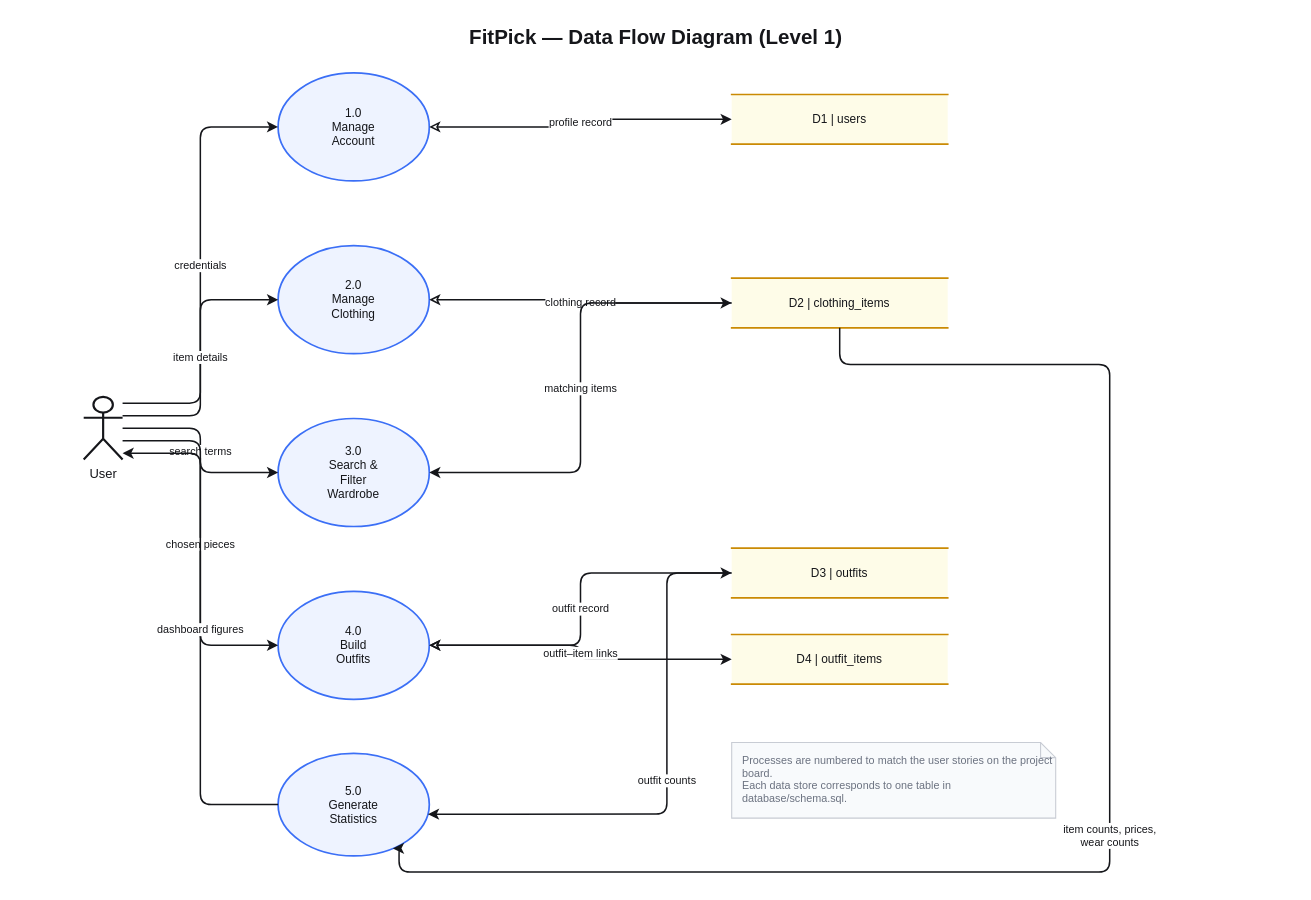
Earlier version of the draw.io diagram docs/design/diagrams/dfd-level-1.drawio (nithi0307/fitpick). Source tidied: cells renumbered, new cells numbered last; positions are measured from the earlier drawing's top-left corner, leaving out a move shared by most shapes. Both pictures are drawn from the tidied source at 108%, with x=0, y=0 at pixel (18, 18).
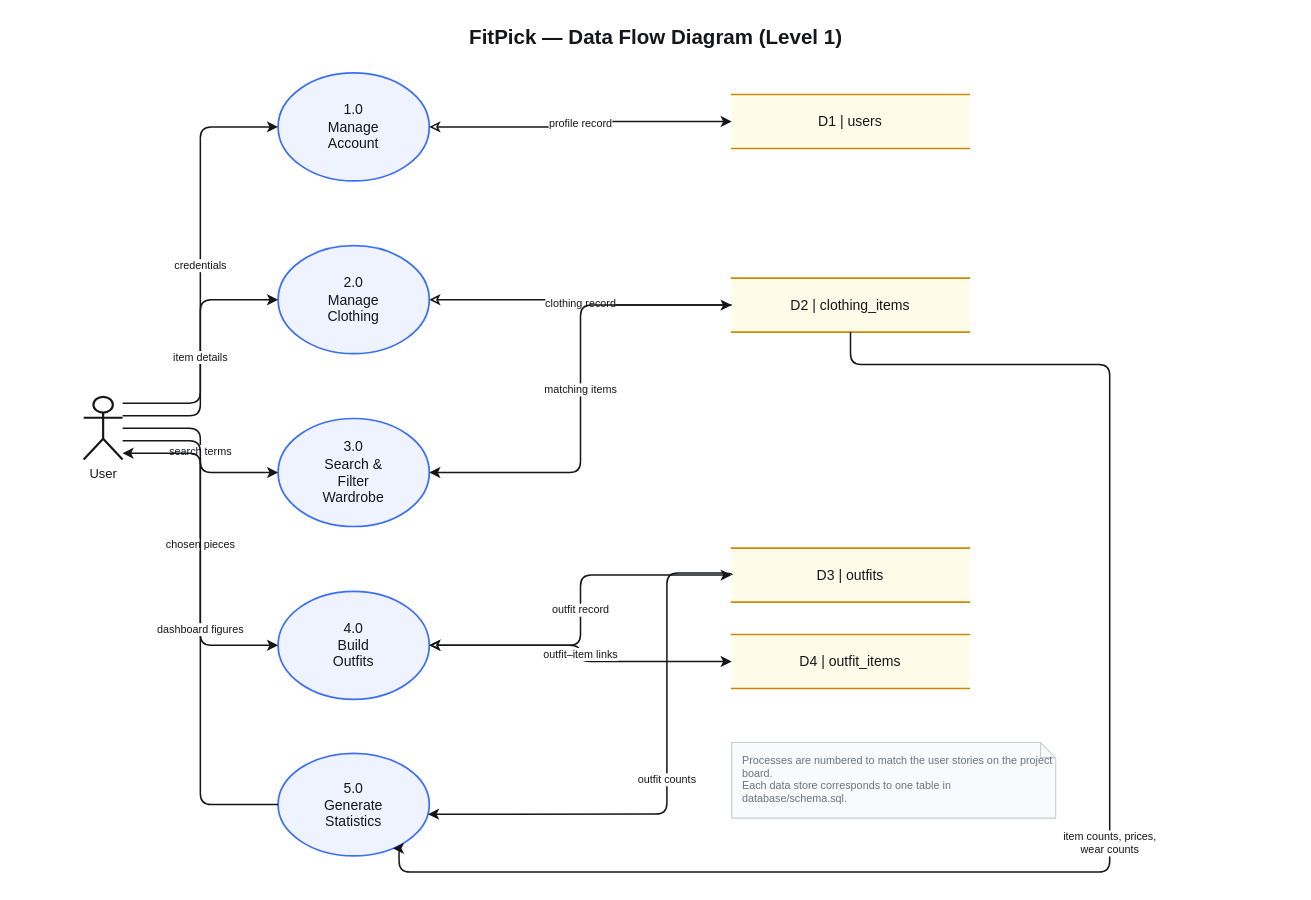
The same diagram, later.

Diff of the diagram source:
```diff
@@
-    <mxCell id="4" value="1.0&#10;Manage&#10;Account" style="ellipse;whiteSpace=wrap;html=1;fillColor=#eef3ff;strokeColor=#3b6ff6;strokeWidth=1.6;fontSize=11;fontColor=#15161a;" parent="1" vertex="1">
+    <mxCell id="4" value="1.0&#10;Manage&#10;Account" style="ellipse;whiteSpace=wrap;html=1;fillColor=#eef3ff;strokeColor=#3b6ff6;strokeWidth=1.6;fontSize=13;fontColor=#15161a;" parent="1" vertex="1">
       <mxGeometry x="240" y="50" width="140" height="100" as="geometry" />
     </mxCell>
-    <mxCell id="5" value="2.0&#10;Manage&#10;Clothing" style="ellipse;whiteSpace=wrap;html=1;fillColor=#eef3ff;strokeColor=#3b6ff6;strokeWidth=1.6;fontSize=11;fontColor=#15161a;" parent="1" vertex="1">
+    <mxCell id="5" value="2.0&#10;Manage&#10;Clothing" style="ellipse;whiteSpace=wrap;html=1;fillColor=#eef3ff;strokeColor=#3b6ff6;strokeWidth=1.6;fontSize=13;fontColor=#15161a;" parent="1" vertex="1">
       <mxGeometry x="240" y="210" width="140" height="100" as="geometry" />
     </mxCell>
-    <mxCell id="6" value="3.0&#10;Search &amp;amp;&#10;Filter&#10;Wardrobe" style="ellipse;whiteSpace=wrap;html=1;fillColor=#eef3ff;strokeColor=#3b6ff6;strokeWidth=1.6;fontSize=11;fontColor=#15161a;" parent="1" vertex="1">
+    <mxCell id="6" value="3.0&#10;Search &amp;amp;&#10;Filter&#10;Wardrobe" style="ellipse;whiteSpace=wrap;html=1;fillColor=#eef3ff;strokeColor=#3b6ff6;strokeWidth=1.6;fontSize=13;fontColor=#15161a;" parent="1" vertex="1">
       <mxGeometry x="240" y="370" width="140" height="100" as="geometry" />
     </mxCell>
-    <mxCell id="7" value="4.0&#10;Build&#10;Outfits" style="ellipse;whiteSpace=wrap;html=1;fillColor=#eef3ff;strokeColor=#3b6ff6;strokeWidth=1.6;fontSize=11;fontColor=#15161a;" parent="1" vertex="1">
+    <mxCell id="7" value="4.0&#10;Build&#10;Outfits" style="ellipse;whiteSpace=wrap;html=1;fillColor=#eef3ff;strokeColor=#3b6ff6;strokeWidth=1.6;fontSize=13;fontColor=#15161a;" parent="1" vertex="1">
       <mxGeometry x="240" y="530" width="140" height="100" as="geometry" />
     </mxCell>
-    <mxCell id="8" value="5.0&#10;Generate&#10;Statistics" style="ellipse;whiteSpace=wrap;html=1;fillColor=#eef3ff;strokeColor=#3b6ff6;strokeWidth=1.6;fontSize=11;fontColor=#15161a;" parent="1" vertex="1">
+    <mxCell id="8" value="5.0&#10;Generate&#10;Statistics" style="ellipse;whiteSpace=wrap;html=1;fillColor=#eef3ff;strokeColor=#3b6ff6;strokeWidth=1.6;fontSize=13;fontColor=#15161a;" parent="1" vertex="1">
       <mxGeometry x="240" y="680" width="140" height="95" as="geometry" />
     </mxCell>
-    <mxCell id="9" value="D1 | users" style="shape=partialRectangle;top=1;bottom=1;left=0;right=0;html=1;whiteSpace=wrap;fillColor=#fefce8;strokeColor=#ca8a04;strokeWidth=1.6;fontSize=11;fontColor=#15161a;align=center;" parent="1" vertex="1">
-      <mxGeometry x="660" y="70" width="200" height="46" as="geometry" />
+    <mxCell id="9" value="D1 | users" style="shape=partialRectangle;top=1;bottom=1;left=0;right=0;html=1;whiteSpace=wrap;fillColor=#fefce8;strokeColor=#ca8a04;strokeWidth=1.6;fontSize=13;fontColor=#15161a;align=center;" parent="1" vertex="1">
+      <mxGeometry x="660" y="70" width="220" height="50" as="geometry" />
     </mxCell>
-    <mxCell id="10" value="D2 | clothing_items" style="shape=partialRectangle;top=1;bottom=1;left=0;right=0;html=1;whiteSpace=wrap;fillColor=#fefce8;strokeColor=#ca8a04;strokeWidth=1.6;fontSize=11;fontColor=#15161a;align=center;" parent="1" vertex="1">
-      <mxGeometry x="660" y="240" width="200" height="46" as="geometry" />
+    <mxCell id="10" value="D2 | clothing_items" style="shape=partialRectangle;top=1;bottom=1;left=0;right=0;html=1;whiteSpace=wrap;fillColor=#fefce8;strokeColor=#ca8a04;strokeWidth=1.6;fontSize=13;fontColor=#15161a;align=center;" parent="1" vertex="1">
+      <mxGeometry x="660" y="240" width="220" height="50" as="geometry" />
     </mxCell>
-    <mxCell id="11" value="D3 | outfits" style="shape=partialRectangle;top=1;bottom=1;left=0;right=0;html=1;whiteSpace=wrap;fillColor=#fefce8;strokeColor=#ca8a04;strokeWidth=1.6;fontSize=11;fontColor=#15161a;align=center;" parent="1" vertex="1">
-      <mxGeometry x="660" y="490" width="200" height="46" as="geometry" />
+    <mxCell id="11" value="D3 | outfits" style="shape=partialRectangle;top=1;bottom=1;left=0;right=0;html=1;whiteSpace=wrap;fillColor=#fefce8;strokeColor=#ca8a04;strokeWidth=1.6;fontSize=13;fontColor=#15161a;align=center;" parent="1" vertex="1">
+      <mxGeometry x="660" y="490" width="220" height="50" as="geometry" />
     </mxCell>
-    <mxCell id="12" value="D4 | outfit_items" style="shape=partialRectangle;top=1;bottom=1;left=0;right=0;html=1;whiteSpace=wrap;fillColor=#fefce8;strokeColor=#ca8a04;strokeWidth=1.6;fontSize=11;fontColor=#15161a;align=center;" parent="1" vertex="1">
-      <mxGeometry x="660" y="570" width="200" height="46" as="geometry" />
+    <mxCell id="12" value="D4 | outfit_items" style="shape=partialRectangle;top=1;bottom=1;left=0;right=0;html=1;whiteSpace=wrap;fillColor=#fefce8;strokeColor=#ca8a04;strokeWidth=1.6;fontSize=13;fontColor=#15161a;align=center;" parent="1" vertex="1">
+      <mxGeometry x="660" y="570" width="220" height="50" as="geometry" />
     </mxCell>
```
